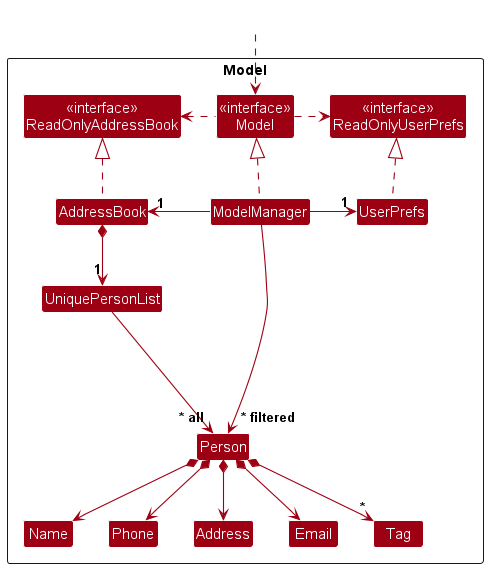
Earlier version of the PlantUML export docs/images/ModelClassDiagram.png (nus-cs2103-AY2324S2/tp).
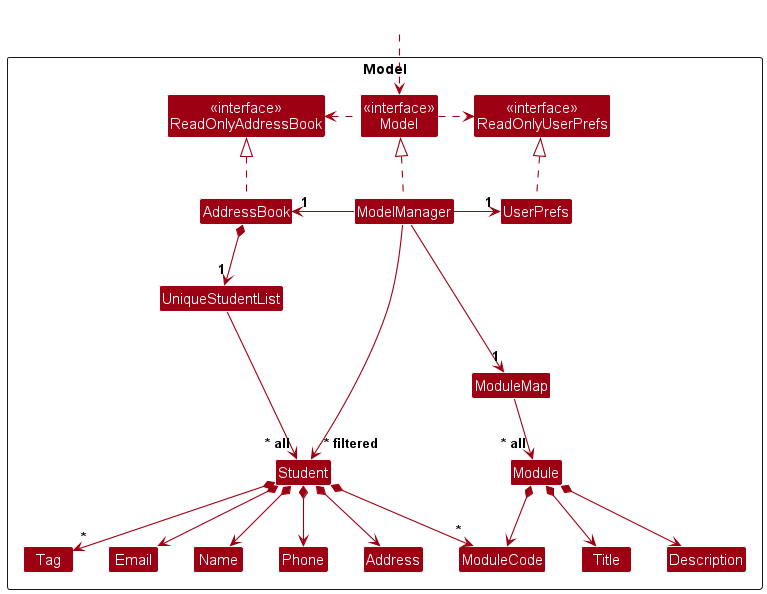
After the commit.

Commit message:
Export model class diagram png

Change to the diagram source:
```diff
@@ -12,8 +12,8 @@
 Class ModelManager
 Class UserPrefs
 
-Class UniquePersonList
-Class Person
+Class UniqueStudentList
+Class Student
 Class Address
 Class Email
 Class Name
@@ -21,6 +21,13 @@
 Class Tag
 
 Class I #FFFFFF
+
+Class ModuleMap
+
+Class Module
+Class ModuleCode
+Class Title
+Class Description
 }
 
 Class HiddenOutside #FFFFFF
@@ -31,24 +38,34 @@
 ModelManager .up.|> Model
 Model .right.> ReadOnlyUserPrefs
 Model .left.> ReadOnlyAddressBook
-ModelManager -left-> "1" AddressBook
+ModelManager -right-> "1" AddressBook
+ModelManager -right-> "1" ModuleMap
 ModelManager -right-> "1" UserPrefs
 UserPrefs .up.|> ReadOnlyUserPrefs
 
-AddressBook *--> "1" UniquePersonList
-UniquePersonList --> "~* all" Person
-Person *--> Name
-Person *--> Phone
-Person *--> Email
-Person *--> Address
-Person *--> "*" Tag
+AddressBook *--> "1" UniqueStudentList
+UniqueStudentList --> "~* all" Student
+Student *--> Name
+Student *--> Phone
+Student *--> Email
+Student *--> Address
+Student *--> "*" Tag
+Student *--> "*" ModuleCode
 
-Person -[hidden]up--> I
-UniquePersonList -[hidden]right-> I
+Student -[hidden]up--> I
+UniqueStudentList -[hidden]right-> I
 
 Name -[hidden]right-> Phone
 Phone -[hidden]right-> Address
 Address -[hidden]right-> Email
 
-ModelManager --> "~* filtered" Person
+ModelManager --> "~* filtered" Student
+
+ModuleMap --> "~* all" Module
+Module *--> ModuleCode
+Module *--> Title
+Module *--> Description
+
+ModuleCode -[hidden]right-> Title
+Title -[hidden]right-> Description
 @enduml
```
